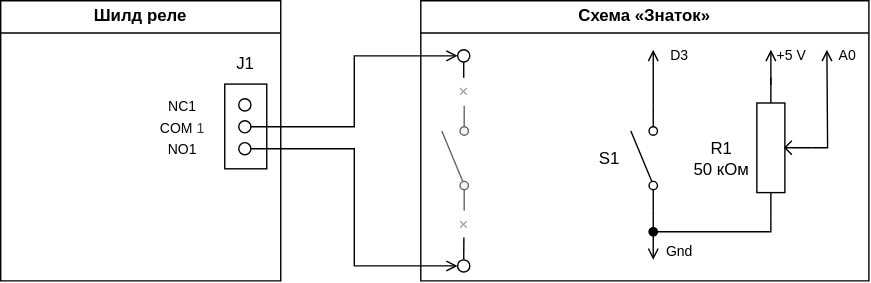
This is 08. Timer Display/schematic.drawio.svg from iv660/arduino-for-kids, a draw.io export, as it was before one commit. Source tidied: cells renumbered, new cells last; positions are measured from the earlier drawing's top-left corner, leaving out a move shared by most shapes. The source it was exported from:
```xml
<mxGraphModel background="#FFFFFF">
  <root>
    <mxCell id="0" />
    <mxCell id="1" parent="0" />
    <mxCell id="2" value="Шилд реле" style="swimlane;whiteSpace=wrap;html=1;" parent="1" vertex="1">
      <mxGeometry width="200" height="200" as="geometry" />
    </mxCell>
    <mxCell id="3" value="NC1" style="text;html=1;align=center;verticalAlign=middle;whiteSpace=wrap;rounded=0;fontSize=10;" parent="2" vertex="1">
      <mxGeometry x="100" y="60" width="60" height="30" as="geometry" />
    </mxCell>
    <mxCell id="4" value="COM&lt;span style=&quot;color: rgb(63, 63, 63); background-color: transparent;&quot;&gt;1&lt;/span&gt;" style="text;html=1;align=center;verticalAlign=middle;whiteSpace=wrap;rounded=0;fontSize=10;" parent="2" vertex="1">
      <mxGeometry x="100" y="75.5" width="60" height="30" as="geometry" />
    </mxCell>
    <mxCell id="5" value="NO1" style="text;html=1;align=center;verticalAlign=middle;whiteSpace=wrap;rounded=0;fontSize=10;" parent="2" vertex="1">
      <mxGeometry x="100" y="90.5" width="60" height="30" as="geometry" />
    </mxCell>
    <mxCell id="6" style="group;" parent="2" vertex="1">
      <mxGeometry x="145" y="30" width="60" height="90" as="geometry" />
    </mxCell>
    <mxCell id="7" value="J1" style="text;html=1;align=center;verticalAlign=middle;whiteSpace=wrap;rounded=0;" parent="6" vertex="1">
      <mxGeometry width="60" height="30" as="geometry" />
    </mxCell>
    <mxCell id="8" style="rounded=0;whiteSpace=wrap;html=1;" parent="6" vertex="1">
      <mxGeometry x="15" y="29.5" width="30" height="60.5" as="geometry" />
    </mxCell>
    <mxCell id="9" style="group;" parent="6" vertex="1">
      <mxGeometry x="25" y="40" width="8.7" height="40" as="geometry" />
    </mxCell>
    <mxCell id="10" style="verticalLabelPosition=bottom;shadow=0;dashed=0;align=center;html=1;verticalAlign=top;strokeWidth=1;shape=ellipse;perimeter=ellipsePerimeter;" parent="9" vertex="1">
      <mxGeometry width="8.7" height="8.7" as="geometry" />
    </mxCell>
    <mxCell id="11" style="verticalLabelPosition=bottom;shadow=0;dashed=0;align=center;html=1;verticalAlign=top;strokeWidth=1;shape=ellipse;perimeter=ellipsePerimeter;" parent="9" vertex="1">
      <mxGeometry y="15.7" width="8.7" height="8.7" as="geometry" />
    </mxCell>
    <mxCell id="12" style="verticalLabelPosition=bottom;shadow=0;dashed=0;align=center;html=1;verticalAlign=top;strokeWidth=1;shape=ellipse;perimeter=ellipsePerimeter;" parent="9" vertex="1">
      <mxGeometry y="31.3" width="8.7" height="8.7" as="geometry" />
    </mxCell>
    <mxCell id="13" value="Схема «Знаток»" style="swimlane;whiteSpace=wrap;html=1;glass=0;" parent="1" vertex="1">
      <mxGeometry x="300" width="320" height="200" as="geometry" />
    </mxCell>
    <mxCell id="14" style="html=1;shape=mxgraph.electrical.electro-mechanical.singleSwitch;elSwitchState=off;direction=north;fillColor=#f5f5f5;fontColor=#333333;strokeColor=#666666;" parent="13" vertex="1">
      <mxGeometry x="15" y="75" width="20" height="75" as="geometry" />
    </mxCell>
    <mxCell id="15" style="verticalLabelPosition=bottom;shadow=0;dashed=0;align=center;html=1;verticalAlign=top;strokeWidth=1;shape=ellipse;perimeter=ellipsePerimeter;" parent="13" vertex="1">
      <mxGeometry x="26.3" y="185" width="8.7" height="8.7" as="geometry" />
    </mxCell>
    <mxCell id="16" value="×" style="text;html=1;align=center;verticalAlign=middle;whiteSpace=wrap;rounded=0;fontColor=#999999;" parent="13" vertex="1">
      <mxGeometry x="20.7" y="55" width="20" height="20" as="geometry" />
    </mxCell>
    <mxCell id="17" value="×" style="text;html=1;align=center;verticalAlign=middle;whiteSpace=wrap;rounded=0;fontColor=#999999;" parent="13" vertex="1">
      <mxGeometry x="20.7" y="150" width="20" height="20" as="geometry" />
    </mxCell>
    <mxCell id="18" style="edgeStyle=orthogonalEdgeStyle;shape=connector;curved=0;rounded=0;html=1;exitX=0.5;exitY=1;exitDx=0;exitDy=0;entryX=0.5;entryY=0;entryDx=0;entryDy=0;strokeColor=default;align=center;verticalAlign=middle;fontFamily=Helvetica;fontSize=11;fontColor=default;labelBackgroundColor=default;endArrow=none;endFill=0;" parent="13" edge="1" source="19" target="16">
      <mxGeometry relative="1" as="geometry" />
    </mxCell>
    <mxCell id="19" style="verticalLabelPosition=bottom;shadow=0;dashed=0;align=center;html=1;verticalAlign=top;strokeWidth=1;shape=ellipse;perimeter=ellipsePerimeter;" parent="13" vertex="1">
      <mxGeometry x="26.3" y="35" width="8.7" height="8.7" as="geometry" />
    </mxCell>
    <mxCell id="20" style="edgeStyle=orthogonalEdgeStyle;shape=connector;curved=0;rounded=0;html=1;exitX=0.5;exitY=0;exitDx=0;exitDy=0;entryX=0.506;entryY=0.956;entryDx=0;entryDy=0;entryPerimeter=0;strokeColor=default;align=center;verticalAlign=middle;fontFamily=Helvetica;fontSize=11;fontColor=default;labelBackgroundColor=default;endArrow=none;endFill=0;" parent="13" edge="1" source="15" target="17">
      <mxGeometry relative="1" as="geometry" />
    </mxCell>
    <mxCell id="21" style="edgeStyle=none;html=1;exitX=1;exitY=0.8;exitDx=0;exitDy=0;endArrow=open;endFill=0;" parent="13" edge="1" source="23">
      <mxGeometry relative="1" as="geometry">
        <mxPoint x="166" y="35" as="targetPoint" />
      </mxGeometry>
    </mxCell>
    <mxCell id="22" style="edgeStyle=none;html=1;exitX=0;exitY=0.8;exitDx=0;exitDy=0;endArrow=open;endFill=0;" parent="13" edge="1" source="23">
      <mxGeometry relative="1" as="geometry">
        <mxPoint x="166" y="185" as="targetPoint" />
      </mxGeometry>
    </mxCell>
    <mxCell id="23" style="html=1;shape=mxgraph.electrical.electro-mechanical.singleSwitch;elSwitchState=off;direction=north;" parent="13" vertex="1">
      <mxGeometry x="150" y="75" width="20" height="75" as="geometry" />
    </mxCell>
    <mxCell id="24" value="D3" style="text;html=1;align=center;verticalAlign=middle;whiteSpace=wrap;rounded=0;fontSize=10;" parent="13" vertex="1">
      <mxGeometry x="170" y="24.4" width="30" height="30" as="geometry" />
    </mxCell>
    <mxCell id="25" value="Gnd" style="text;html=1;align=center;verticalAlign=middle;whiteSpace=wrap;rounded=0;fontSize=10;" parent="13" vertex="1">
      <mxGeometry x="170" y="163.7" width="30" height="30" as="geometry" />
    </mxCell>
    <mxCell id="26" value="S1" style="text;html=1;align=center;verticalAlign=middle;whiteSpace=wrap;rounded=0;" parent="13" vertex="1">
      <mxGeometry x="120" y="97.5" width="30" height="30" as="geometry" />
    </mxCell>
    <mxCell id="27" style="edgeStyle=orthogonalEdgeStyle;html=1;exitX=0;exitY=0.25;exitDx=0;exitDy=0;exitPerimeter=0;endArrow=oval;endFill=1;rounded=0;" parent="13" edge="1" source="29">
      <mxGeometry relative="1" as="geometry">
        <mxPoint x="166" y="165" as="targetPoint" />
        <Array as="points">
          <mxPoint x="250" y="165" />
          <mxPoint x="166" y="165" />
        </Array>
      </mxGeometry>
    </mxCell>
    <mxCell id="28" style="edgeStyle=orthogonalEdgeStyle;html=1;exitX=0.5;exitY=1;exitDx=0;exitDy=0;exitPerimeter=0;endArrow=open;endFill=0;rounded=0;curved=0;" parent="13" edge="1" source="29">
      <mxGeometry relative="1" as="geometry">
        <mxPoint x="290" y="35" as="targetPoint" />
      </mxGeometry>
    </mxCell>
    <mxCell id="29" style="verticalLabelPosition=bottom;shadow=0;dashed=0;align=center;html=1;verticalAlign=top;shape=mxgraph.electrical.resistors.potentiometer_1;direction=north;" parent="13" vertex="1">
      <mxGeometry x="240" y="55" width="40" height="100" as="geometry" />
    </mxCell>
    <mxCell id="30" style="edgeStyle=none;html=1;endArrow=open;endFill=0;" parent="13" edge="1">
      <mxGeometry relative="1" as="geometry">
        <mxPoint x="250" y="60" as="sourcePoint" />
        <mxPoint x="250" y="35" as="targetPoint" />
      </mxGeometry>
    </mxCell>
    <mxCell id="31" value="+5 V" style="text;html=1;align=center;verticalAlign=middle;whiteSpace=wrap;rounded=0;fontSize=10;" parent="13" vertex="1">
      <mxGeometry x="250" y="24.4" width="30" height="30" as="geometry" />
    </mxCell>
    <mxCell id="32" value="A0" style="text;html=1;align=center;verticalAlign=middle;whiteSpace=wrap;rounded=0;fontSize=10;" parent="13" vertex="1">
      <mxGeometry x="290" y="24.4" width="30" height="30" as="geometry" />
    </mxCell>
    <mxCell id="33" value="R1&lt;div&gt;50 кОм&lt;/div&gt;" style="text;html=1;align=center;verticalAlign=middle;whiteSpace=wrap;rounded=0;" parent="13" vertex="1">
      <mxGeometry x="190" y="97.5" width="50" height="30" as="geometry" />
    </mxCell>
    <mxCell id="34" style="edgeStyle=orthogonalEdgeStyle;shape=connector;curved=0;rounded=0;html=1;exitX=1;exitY=0.5;exitDx=0;exitDy=0;entryX=0;entryY=0.5;entryDx=0;entryDy=0;strokeColor=default;align=center;verticalAlign=middle;fontFamily=Helvetica;fontSize=11;fontColor=default;labelBackgroundColor=default;endArrow=open;endFill=0;" parent="1" edge="1" source="11" target="19">
      <mxGeometry relative="1" as="geometry" />
    </mxCell>
    <mxCell id="35" style="edgeStyle=orthogonalEdgeStyle;shape=connector;curved=0;rounded=0;html=1;exitX=1;exitY=0.5;exitDx=0;exitDy=0;entryX=0;entryY=0.5;entryDx=0;entryDy=0;strokeColor=default;align=center;verticalAlign=middle;fontFamily=Helvetica;fontSize=11;fontColor=default;labelBackgroundColor=default;endArrow=open;endFill=0;" parent="1" edge="1" source="12" target="15">
      <mxGeometry relative="1" as="geometry" />
    </mxCell>
  </root>
</mxGraphModel>
```
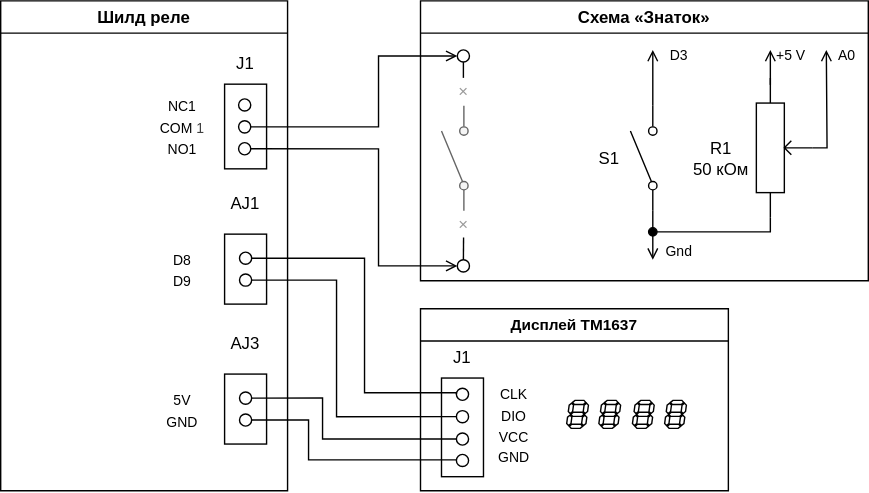
After the commit.

Commit message:
Добавлено: схема подключения дисплея TM1637

What changed in the source:
```diff
@@ -3,14 +3,8 @@
     <mxCell id="0" />
     <mxCell id="1" parent="0" />
     <mxCell id="2" value="Шилд реле" style="swimlane;whiteSpace=wrap;html=1;" parent="1" vertex="1">
-      <mxGeometry width="200" height="200" as="geometry" />
+      <mxGeometry width="205" height="350" as="geometry" />
     </mxCell>
-    <mxCell id="3" value="NC1" style="text;html=1;align=center;verticalAlign=middle;whiteSpace=wrap;rounded=0;fontSize=10;" parent="2" vertex="1">
-      <mxGeometry x="100" y="60" width="60" height="30" as="geometry" />
-    </mxCell>
-    <mxCell id="4" value="COM&lt;span style=&quot;color: rgb(63, 63, 63); background-color: transparent;&quot;&gt;1&lt;/span&gt;" style="text;html=1;align=center;verticalAlign=middle;whiteSpace=wrap;rounded=0;fontSize=10;" parent="2" vertex="1">
-      <mxGeometry x="100" y="75.5" width="60" height="30" as="geometry" />
-    </mxCell>
     <mxCell id="5" value="NO1" style="text;html=1;align=center;verticalAlign=middle;whiteSpace=wrap;rounded=0;fontSize=10;" parent="2" vertex="1">
       <mxGeometry x="100" y="90.5" width="60" height="30" as="geometry" />
     </mxCell>
@@ -35,6 +29,81 @@
     <mxCell id="12" style="verticalLabelPosition=bottom;shadow=0;dashed=0;align=center;html=1;verticalAlign=top;strokeWidth=1;shape=ellipse;perimeter=ellipsePerimeter;" parent="9" vertex="1">
       <mxGeometry y="31.3" width="8.7" height="8.7" as="geometry" />
     </mxCell>
+    <mxCell id="36" style="group;" parent="2" vertex="1">
+      <mxGeometry x="100" y="60" width="60" height="45.5" as="geometry" />
+    </mxCell>
+    <mxCell id="3" value="NC1" style="text;html=1;align=center;verticalAlign=middle;whiteSpace=wrap;rounded=0;fontSize=10;" parent="36" vertex="1">
+      <mxGeometry width="60" height="30" as="geometry" />
+    </mxCell>
+    <mxCell id="4" value="COM&lt;span style=&quot;color: rgb(63, 63, 63); background-color: transparent;&quot;&gt;1&lt;/span&gt;" style="text;html=1;align=center;verticalAlign=middle;whiteSpace=wrap;rounded=0;fontSize=10;" parent="36" vertex="1">
+      <mxGeometry y="15.5" width="60" height="30" as="geometry" />
+    </mxCell>
+    <mxCell id="37" style="group;" parent="2" vertex="1">
+      <mxGeometry x="100" y="230" width="105" height="86.7" as="geometry" />
+    </mxCell>
+    <mxCell id="38" style="group;" parent="37" vertex="1">
+      <mxGeometry x="45" width="60" height="86.7" as="geometry" />
+    </mxCell>
+    <mxCell id="39" style="group;" parent="38" vertex="1">
+      <mxGeometry x="15" y="36.7" width="30" height="50" as="geometry" />
+    </mxCell>
+    <mxCell id="40" style="rounded=0;whiteSpace=wrap;html=1;" parent="39" vertex="1">
+      <mxGeometry width="30" height="50" as="geometry" />
+    </mxCell>
+    <mxCell id="41" style="group;" parent="39" vertex="1">
+      <mxGeometry x="10.7" y="12.8" width="8.7" height="24.3" as="geometry" />
+    </mxCell>
+    <mxCell id="42" style="verticalLabelPosition=bottom;shadow=0;dashed=0;align=center;html=1;verticalAlign=top;strokeWidth=1;shape=ellipse;perimeter=ellipsePerimeter;" parent="41" vertex="1">
+      <mxGeometry width="8.7" height="8.7" as="geometry" />
+    </mxCell>
+    <mxCell id="43" style="verticalLabelPosition=bottom;shadow=0;dashed=0;align=center;html=1;verticalAlign=top;strokeWidth=1;shape=ellipse;perimeter=ellipsePerimeter;" parent="41" vertex="1">
+      <mxGeometry y="15.7" width="8.7" height="8.7" as="geometry" />
+    </mxCell>
+    <mxCell id="44" value="AJ3" style="text;html=1;align=center;verticalAlign=middle;whiteSpace=wrap;rounded=0;" parent="38" vertex="1">
+      <mxGeometry width="60" height="30" as="geometry" />
+    </mxCell>
+    <mxCell id="45" style="group;" parent="37" vertex="1">
+      <mxGeometry y="40" width="60" height="45.5" as="geometry" />
+    </mxCell>
+    <mxCell id="46" value="5V" style="text;html=1;align=center;verticalAlign=middle;whiteSpace=wrap;rounded=0;fontSize=10;" parent="45" vertex="1">
+      <mxGeometry y="10" width="60" height="10" as="geometry" />
+    </mxCell>
+    <mxCell id="47" value="GND" style="text;html=1;align=center;verticalAlign=middle;whiteSpace=wrap;rounded=0;fontSize=10;" parent="45" vertex="1">
+      <mxGeometry y="21" width="60" height="19" as="geometry" />
+    </mxCell>
+    <mxCell id="48" style="group;" parent="2" vertex="1">
+      <mxGeometry x="100" y="130" width="105" height="86.7" as="geometry" />
+    </mxCell>
+    <mxCell id="49" style="group;" parent="48" vertex="1">
+      <mxGeometry x="45" width="60" height="86.7" as="geometry" />
+    </mxCell>
+    <mxCell id="50" style="group;" parent="49" vertex="1">
+      <mxGeometry x="15" y="36.7" width="30" height="50" as="geometry" />
+    </mxCell>
+    <mxCell id="51" style="rounded=0;whiteSpace=wrap;html=1;" parent="50" vertex="1">
+      <mxGeometry width="30" height="50" as="geometry" />
+    </mxCell>
+    <mxCell id="52" style="group;" parent="50" vertex="1">
+      <mxGeometry x="10.7" y="12.8" width="8.7" height="24.3" as="geometry" />
+    </mxCell>
+    <mxCell id="53" style="verticalLabelPosition=bottom;shadow=0;dashed=0;align=center;html=1;verticalAlign=top;strokeWidth=1;shape=ellipse;perimeter=ellipsePerimeter;" parent="52" vertex="1">
+      <mxGeometry width="8.7" height="8.7" as="geometry" />
+    </mxCell>
+    <mxCell id="54" style="verticalLabelPosition=bottom;shadow=0;dashed=0;align=center;html=1;verticalAlign=top;strokeWidth=1;shape=ellipse;perimeter=ellipsePerimeter;" parent="52" vertex="1">
+      <mxGeometry y="15.7" width="8.7" height="8.7" as="geometry" />
+    </mxCell>
+    <mxCell id="55" value="AJ1" style="text;html=1;align=center;verticalAlign=middle;whiteSpace=wrap;rounded=0;" parent="49" vertex="1">
+      <mxGeometry width="60" height="30" as="geometry" />
+    </mxCell>
+    <mxCell id="56" style="group;" parent="48" vertex="1">
+      <mxGeometry y="40" width="60" height="45.5" as="geometry" />
+    </mxCell>
+    <mxCell id="57" value="D8" style="text;html=1;align=center;verticalAlign=middle;whiteSpace=wrap;rounded=0;fontSize=10;" parent="56" vertex="1">
+      <mxGeometry width="60" height="30" as="geometry" />
+    </mxCell>
+    <mxCell id="58" value="D9" style="text;html=1;align=center;verticalAlign=middle;whiteSpace=wrap;rounded=0;fontSize=10;" parent="56" vertex="1">
+      <mxGeometry y="15.5" width="60" height="30" as="geometry" />
+    </mxCell>
     <mxCell id="13" value="Схема «Знаток»" style="swimlane;whiteSpace=wrap;html=1;glass=0;" parent="1" vertex="1">
       <mxGeometry x="300" width="320" height="200" as="geometry" />
     </mxCell>
@@ -114,10 +183,108 @@
       <mxGeometry x="190" y="97.5" width="50" height="30" as="geometry" />
     </mxCell>
     <mxCell id="34" style="edgeStyle=orthogonalEdgeStyle;shape=connector;curved=0;rounded=0;html=1;exitX=1;exitY=0.5;exitDx=0;exitDy=0;entryX=0;entryY=0.5;entryDx=0;entryDy=0;strokeColor=default;align=center;verticalAlign=middle;fontFamily=Helvetica;fontSize=11;fontColor=default;labelBackgroundColor=default;endArrow=open;endFill=0;" parent="1" edge="1" source="11" target="19">
-      <mxGeometry relative="1" as="geometry" />
+      <mxGeometry relative="1" as="geometry">
+        <Array as="points">
+          <mxPoint x="270" y="90" />
+          <mxPoint x="270" y="39" />
+        </Array>
+      </mxGeometry>
     </mxCell>
     <mxCell id="35" style="edgeStyle=orthogonalEdgeStyle;shape=connector;curved=0;rounded=0;html=1;exitX=1;exitY=0.5;exitDx=0;exitDy=0;entryX=0;entryY=0.5;entryDx=0;entryDy=0;strokeColor=default;align=center;verticalAlign=middle;fontFamily=Helvetica;fontSize=11;fontColor=default;labelBackgroundColor=default;endArrow=open;endFill=0;" parent="1" edge="1" source="12" target="15">
-      <mxGeometry relative="1" as="geometry" />
+      <mxGeometry relative="1" as="geometry">
+        <Array as="points">
+          <mxPoint x="270" y="106" />
+          <mxPoint x="270" y="189" />
+        </Array>
+      </mxGeometry>
     </mxCell>
+    <mxCell id="59" value="Дисплей TM1637" style="swimlane;fontFamily=Helvetica;fontSize=11;fontColor=default;labelBackgroundColor=default;" parent="1" vertex="1">
+      <mxGeometry x="300" y="220" width="220" height="130" as="geometry" />
+    </mxCell>
+    <mxCell id="60" style="group;" parent="59" vertex="1">
+      <mxGeometry y="20" width="60" height="100" as="geometry" />
+    </mxCell>
+    <mxCell id="61" value="J1" style="text;html=1;align=center;verticalAlign=middle;whiteSpace=wrap;rounded=0;" parent="60" vertex="1">
+      <mxGeometry width="60" height="30" as="geometry" />
+    </mxCell>
+    <mxCell id="62" style="rounded=0;whiteSpace=wrap;html=1;" parent="60" vertex="1">
+      <mxGeometry x="15" y="29.5" width="30" height="70.5" as="geometry" />
+    </mxCell>
+    <mxCell id="63" style="verticalLabelPosition=bottom;shadow=0;dashed=0;align=center;html=1;verticalAlign=top;strokeWidth=1;shape=ellipse;perimeter=ellipsePerimeter;" parent="60" vertex="1">
+      <mxGeometry x="25.6" y="84.1" width="8.7" height="8.7" as="geometry" />
+    </mxCell>
+    <mxCell id="64" style="verticalLabelPosition=bottom;shadow=0;dashed=0;align=center;html=1;verticalAlign=top;strokeWidth=1;shape=ellipse;perimeter=ellipsePerimeter;" parent="60" vertex="1">
+      <mxGeometry x="25.6" y="36.8" width="8.7" height="8.7" as="geometry" />
+    </mxCell>
+    <mxCell id="65" style="verticalLabelPosition=bottom;shadow=0;dashed=0;align=center;html=1;verticalAlign=top;strokeWidth=1;shape=ellipse;perimeter=ellipsePerimeter;" parent="60" vertex="1">
+      <mxGeometry x="25.6" y="52.8" width="8.7" height="8.7" as="geometry" />
+    </mxCell>
+    <mxCell id="66" style="verticalLabelPosition=bottom;shadow=0;dashed=0;align=center;html=1;verticalAlign=top;strokeWidth=1;shape=ellipse;perimeter=ellipsePerimeter;" parent="60" vertex="1">
+      <mxGeometry x="25.6" y="68.8" width="8.7" height="8.7" as="geometry" />
+    </mxCell>
+    <mxCell id="67" style="group;" parent="59" vertex="1">
+      <mxGeometry x="37" y="56" width="60" height="54" as="geometry" />
+    </mxCell>
+    <mxCell id="68" value="GND" style="text;html=1;align=center;verticalAlign=middle;whiteSpace=wrap;rounded=0;fontSize=10;" parent="67" vertex="1">
+      <mxGeometry y="45" width="60" height="9" as="geometry" />
+    </mxCell>
+    <mxCell id="69" value="VCC" style="text;html=1;align=center;verticalAlign=middle;whiteSpace=wrap;rounded=0;fontSize=10;" parent="67" vertex="1">
+      <mxGeometry y="31" width="60" height="9" as="geometry" />
+    </mxCell>
+    <mxCell id="70" value="CLK" style="text;html=1;align=center;verticalAlign=middle;whiteSpace=wrap;rounded=0;fontSize=10;" parent="67" vertex="1">
+      <mxGeometry width="60" height="10" as="geometry" />
+    </mxCell>
+    <mxCell id="71" value="DIO" style="text;html=1;align=center;verticalAlign=middle;whiteSpace=wrap;rounded=0;fontSize=10;" parent="67" vertex="1">
+      <mxGeometry y="11" width="60" height="19" as="geometry" />
+    </mxCell>
+    <mxCell id="72" style="group;" parent="59" vertex="1">
+      <mxGeometry x="104.5" y="65.4" width="85.5" height="20" as="geometry" />
+    </mxCell>
+    <mxCell id="73" style="verticalLabelPosition=bottom;shadow=0;dashed=0;align=center;html=1;verticalAlign=top;shape=mxgraph.electrical.opto_electronics.7_segment_display;" parent="72" vertex="1">
+      <mxGeometry x="70" width="15.5" height="20" as="geometry" />
+    </mxCell>
+    <mxCell id="74" style="verticalLabelPosition=bottom;shadow=0;dashed=0;align=center;html=1;verticalAlign=top;shape=mxgraph.electrical.opto_electronics.7_segment_display;" parent="72" vertex="1">
+      <mxGeometry width="15.5" height="20" as="geometry" />
+    </mxCell>
+    <mxCell id="75" style="verticalLabelPosition=bottom;shadow=0;dashed=0;align=center;html=1;verticalAlign=top;shape=mxgraph.electrical.opto_electronics.7_segment_display;" parent="72" vertex="1">
+      <mxGeometry x="47" width="15.5" height="20" as="geometry" />
+    </mxCell>
+    <mxCell id="76" style="verticalLabelPosition=bottom;shadow=0;dashed=0;align=center;html=1;verticalAlign=top;shape=mxgraph.electrical.opto_electronics.7_segment_display;" parent="72" vertex="1">
+      <mxGeometry x="23" width="15.5" height="20" as="geometry" />
+    </mxCell>
+    <mxCell id="77" style="edgeStyle=orthogonalEdgeStyle;html=1;entryX=0;entryY=0.5;entryDx=0;entryDy=0;rounded=0;curved=0;endArrow=none;endFill=0;" parent="1" edge="1" source="53" target="64">
+      <mxGeometry relative="1" as="geometry">
+        <Array as="points">
+          <mxPoint x="260" y="184" />
+          <mxPoint x="260" y="280" />
+          <mxPoint x="326" y="280" />
+        </Array>
+      </mxGeometry>
+    </mxCell>
+    <mxCell id="78" style="edgeStyle=orthogonalEdgeStyle;shape=connector;curved=0;rounded=0;html=1;entryX=0;entryY=0.5;entryDx=0;entryDy=0;strokeColor=default;align=center;verticalAlign=middle;fontFamily=Helvetica;fontSize=11;fontColor=default;labelBackgroundColor=default;endArrow=none;endFill=0;" parent="1" edge="1" source="54" target="65">
+      <mxGeometry relative="1" as="geometry">
+        <Array as="points">
+          <mxPoint x="240" y="200" />
+          <mxPoint x="240" y="297" />
+        </Array>
+      </mxGeometry>
+    </mxCell>
+    <mxCell id="79" style="edgeStyle=orthogonalEdgeStyle;shape=connector;curved=0;rounded=0;html=1;exitX=1;exitY=0.5;exitDx=0;exitDy=0;entryX=0;entryY=0.5;entryDx=0;entryDy=0;strokeColor=default;align=center;verticalAlign=middle;fontFamily=Helvetica;fontSize=11;fontColor=default;labelBackgroundColor=default;endArrow=none;endFill=0;" parent="1" edge="1" source="42" target="66">
+      <mxGeometry relative="1" as="geometry">
+        <Array as="points">
+          <mxPoint x="230" y="284" />
+          <mxPoint x="230" y="313" />
+        </Array>
+      </mxGeometry>
+    </mxCell>
+    <mxCell id="80" style="edgeStyle=orthogonalEdgeStyle;shape=connector;curved=0;rounded=0;html=1;exitX=1;exitY=0.5;exitDx=0;exitDy=0;entryX=0;entryY=0.5;entryDx=0;entryDy=0;strokeColor=default;align=center;verticalAlign=middle;fontFamily=Helvetica;fontSize=11;fontColor=default;labelBackgroundColor=default;endArrow=none;endFill=0;" parent="1" edge="1" source="43" target="63">
+      <mxGeometry relative="1" as="geometry">
+        <Array as="points">
+          <mxPoint x="220" y="299" />
+          <mxPoint x="220" y="328" />
+          <mxPoint x="326" y="328" />
+        </Array>
+      </mxGeometry>
+    </mxCell>
   </root>
 </mxGraphModel>
```
